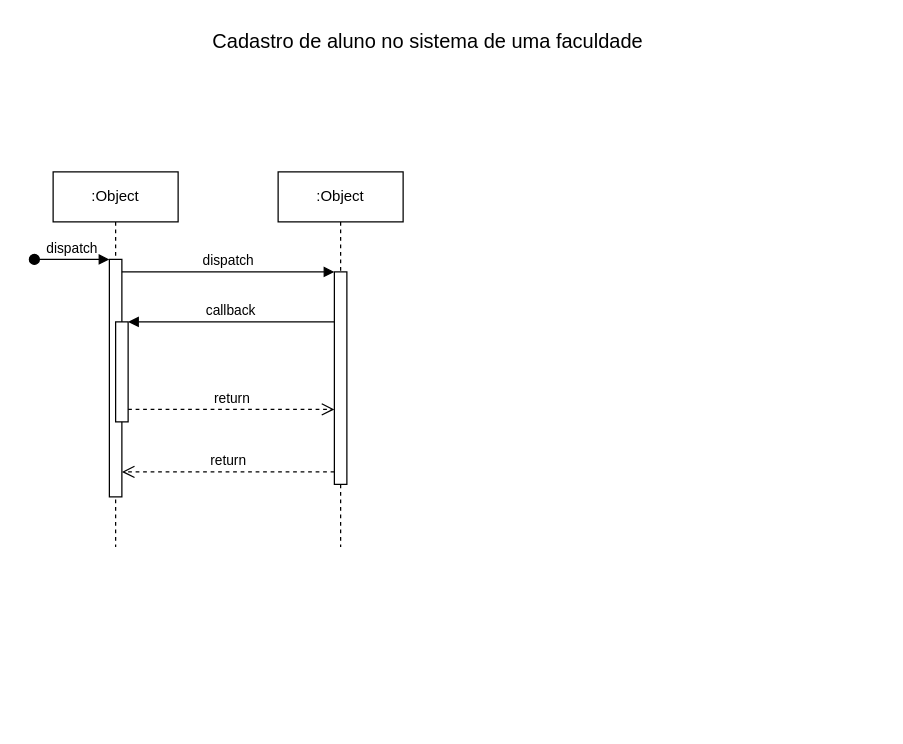
Above: Diagrama de Sequencia Diagram.drawio in Ju300/teste (draw.io), before the change. Source tidied: cells renumbered, new cells numbered last; positions are measured from the earlier drawing's top-left corner, leaving out a move shared by most shapes. Both pictures are drawn from the tidied source at 125%, with x=0, y=0 at pixel (34, 21).
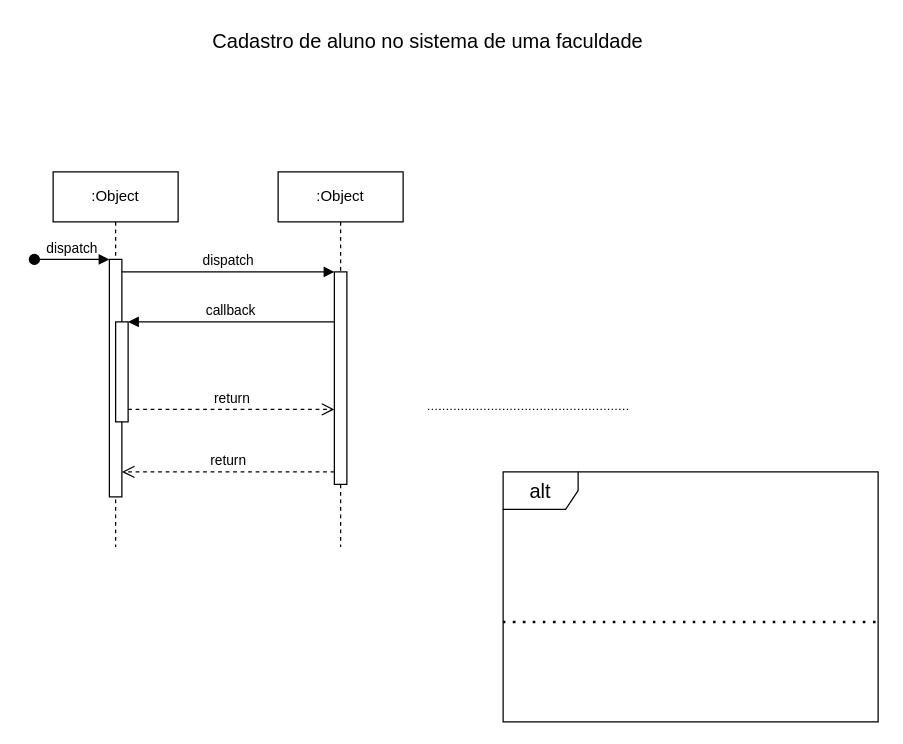
The same page after the edit.

Change to the diagram source:
```diff
@@
+    <mxCell id="13" value="alt" style="shape=umlFrame;whiteSpace=wrap;html=1;fontSize=16;" parent="1" vertex="1">
+      <mxGeometry x="375" y="360" width="300" height="200" as="geometry" />
+    </mxCell>
+    <mxCell id="14" style="endArrow=none;html=1;rounded=0;dashed=1;dashPattern=1 2;fontSize=12;startSize=8;endSize=8;curved=1;" parent="1" edge="1">
+      <mxGeometry relative="1" as="geometry">
+        <mxPoint x="315" y="310" as="sourcePoint" />
+        <mxPoint x="475" y="310" as="targetPoint" />
+      </mxGeometry>
+    </mxCell>
+    <mxCell id="15" style="html=1;whiteSpace=wrap;align=right;verticalAlign=bottom;fontSize=16;" parent="14" vertex="1">
+      <mxGeometry x="1" relative="1" as="geometry" />
+    </mxCell>
+    <mxCell id="16" style="endArrow=none;dashed=1;html=1;dashPattern=1 3;strokeWidth=2;rounded=0;fontSize=12;startSize=8;endSize=8;curved=1;" parent="1" edge="1">
+      <mxGeometry relative="1" as="geometry">
+        <mxPoint x="375" y="480" as="sourcePoint" />
+        <mxPoint x="675" y="480" as="targetPoint" />
+      </mxGeometry>
+    </mxCell>
```
